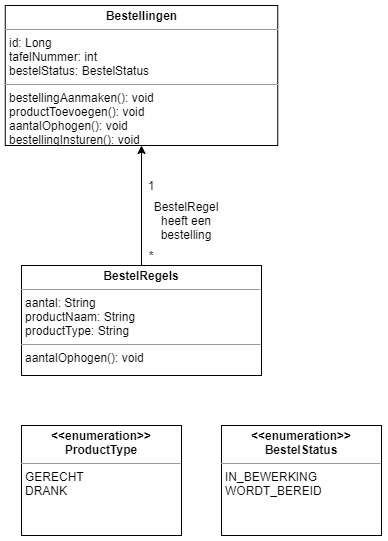
Earlier version of the draw.io export documentatie/klasse/klasse-kelner-bestelling-invoeren.drawio.png (Armaniimus/ARE_Galaxy-burger). Source tidied: cells renumbered, new cells last; positions are measured from the earlier drawing's top-left corner, leaving out a move shared by most shapes.
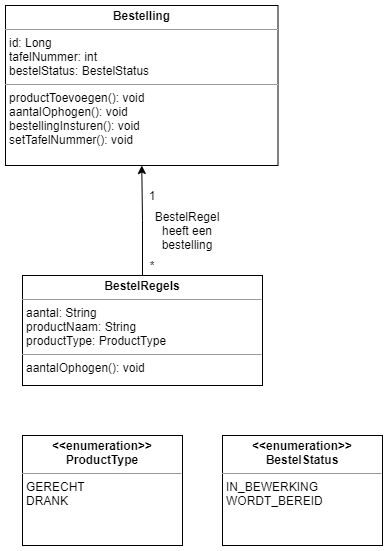
The same file after the commit.

Commit message:
klassen diagrammen aangevuld #19

The edit, as a diff of the source:
```diff
@@ -5,10 +5,10 @@
     <mxCell id="2" style="edgeStyle=orthogonalEdgeStyle;rounded=0;jettySize=auto;html=1;exitX=0.5;exitY=0;exitDx=0;exitDy=0;entryX=0.5;entryY=1;entryDx=0;entryDy=0;endArrow=classic;endFill=1;" parent="1" edge="1" source="4" target="3">
       <mxGeometry relative="1" as="geometry" />
     </mxCell>
-    <mxCell id="3" value="&lt;p style=&quot;margin: 0px ; margin-top: 4px ; text-align: center&quot;&gt;&lt;b&gt;Bestellingen&lt;/b&gt;&lt;/p&gt;&lt;hr size=&quot;1&quot;&gt;&lt;p style=&quot;margin: 0px ; margin-left: 4px&quot;&gt;id: Long&lt;/p&gt;&lt;p style=&quot;margin: 0px ; margin-left: 4px&quot;&gt;tafelNummer: int&lt;/p&gt;&lt;p style=&quot;margin: 0px ; margin-left: 4px&quot;&gt;bestelStatus: BestelStatus&lt;/p&gt;&lt;hr size=&quot;1&quot;&gt;&lt;p style=&quot;margin: 0px ; margin-left: 4px&quot;&gt;bestellingAanmaken(): void&lt;/p&gt;&lt;p style=&quot;margin: 0px ; margin-left: 4px&quot;&gt;productToevoegen(): void&lt;br&gt;&lt;/p&gt;&lt;p style=&quot;margin: 0px ; margin-left: 4px&quot;&gt;aantalOphogen(&lt;span&gt;): void&lt;/span&gt;&lt;/p&gt;&lt;p style=&quot;margin: 0px ; margin-left: 4px&quot;&gt;bestellingInsturen(): void&lt;/p&gt;&lt;p style=&quot;margin: 0px ; margin-left: 4px&quot;&gt;setTafelNummer(): void&lt;br&gt;&lt;/p&gt;" style="verticalAlign=top;align=left;overflow=fill;fontSize=12;fontFamily=Helvetica;html=1;" parent="1" vertex="1">
-      <mxGeometry x="-0.2" width="272.5" height="140" as="geometry" />
+    <mxCell id="3" value="&lt;p style=&quot;margin: 0px ; margin-top: 4px ; text-align: center&quot;&gt;&lt;b&gt;Bestelling&lt;/b&gt;&lt;/p&gt;&lt;hr size=&quot;1&quot;&gt;&lt;p style=&quot;margin: 0px ; margin-left: 4px&quot;&gt;id: Long&lt;/p&gt;&lt;p style=&quot;margin: 0px ; margin-left: 4px&quot;&gt;tafelNummer: int&lt;/p&gt;&lt;p style=&quot;margin: 0px ; margin-left: 4px&quot;&gt;bestelStatus: BestelStatus&lt;/p&gt;&lt;hr size=&quot;1&quot;&gt;&lt;p style=&quot;margin: 0px ; margin-left: 4px&quot;&gt;&lt;span&gt;productToevoegen(): void&lt;/span&gt;&lt;br&gt;&lt;/p&gt;&lt;p style=&quot;margin: 0px ; margin-left: 4px&quot;&gt;aantalOphogen(&lt;span&gt;): void&lt;/span&gt;&lt;/p&gt;&lt;p style=&quot;margin: 0px ; margin-left: 4px&quot;&gt;bestellingInsturen(): void&lt;/p&gt;&lt;p style=&quot;margin: 0px ; margin-left: 4px&quot;&gt;setTafelNummer(): void&lt;br&gt;&lt;/p&gt;" style="verticalAlign=top;align=left;overflow=fill;fontSize=12;fontFamily=Helvetica;html=1;" parent="1" vertex="1">
+      <mxGeometry x="-1" y="-10" width="272.5" height="160" as="geometry" />
     </mxCell>
-    <mxCell id="4" value="&lt;p style=&quot;margin: 0px ; margin-top: 4px ; text-align: center&quot;&gt;&lt;b&gt;BestelRegels&lt;/b&gt;&lt;/p&gt;&lt;hr size=&quot;1&quot;&gt;&lt;p style=&quot;margin: 0px ; margin-left: 4px&quot;&gt;aantal: String&lt;/p&gt;&lt;p style=&quot;margin: 0px ; margin-left: 4px&quot;&gt;productNaam: String&lt;br&gt;&lt;/p&gt;&lt;p style=&quot;margin: 0px ; margin-left: 4px&quot;&gt;productType: String&lt;br&gt;&lt;/p&gt;&lt;hr size=&quot;1&quot;&gt;&lt;p style=&quot;margin: 0px ; margin-left: 4px&quot;&gt;aantalOphogen(): void&lt;/p&gt;" style="verticalAlign=top;align=left;overflow=fill;fontSize=12;fontFamily=Helvetica;html=1;" parent="1" vertex="1">
+    <mxCell id="4" value="&lt;p style=&quot;margin: 0px ; margin-top: 4px ; text-align: center&quot;&gt;&lt;b&gt;BestelRegels&lt;/b&gt;&lt;/p&gt;&lt;hr size=&quot;1&quot;&gt;&lt;p style=&quot;margin: 0px ; margin-left: 4px&quot;&gt;aantal: String&lt;/p&gt;&lt;p style=&quot;margin: 0px ; margin-left: 4px&quot;&gt;productNaam: String&lt;br&gt;&lt;/p&gt;&lt;p style=&quot;margin: 0px ; margin-left: 4px&quot;&gt;productType: ProductType&lt;br&gt;&lt;/p&gt;&lt;hr size=&quot;1&quot;&gt;&lt;p style=&quot;margin: 0px ; margin-left: 4px&quot;&gt;aantalOphogen(): void&lt;/p&gt;" style="verticalAlign=top;align=left;overflow=fill;fontSize=12;fontFamily=Helvetica;html=1;" parent="1" vertex="1">
       <mxGeometry x="16" y="260" width="240" height="110" as="geometry" />
     </mxCell>
     <mxCell id="5" value="&lt;p style=&quot;margin: 0px ; margin-top: 4px ; text-align: center&quot;&gt;&lt;b&gt;&amp;lt;&amp;lt;enumeration&amp;gt;&amp;gt;&lt;br&gt;ProductType&lt;/b&gt;&lt;/p&gt;&lt;hr size=&quot;1&quot;&gt;&lt;p style=&quot;margin: 0px ; margin-left: 4px&quot;&gt;GERECHT&lt;/p&gt;&lt;p style=&quot;margin: 0px ; margin-left: 4px&quot;&gt;&lt;/p&gt;&lt;p style=&quot;margin: 0px ; margin-left: 4px&quot;&gt;DRANK&lt;/p&gt;" style="verticalAlign=top;align=left;overflow=fill;fontSize=12;fontFamily=Helvetica;html=1;" parent="1" vertex="1">
```
